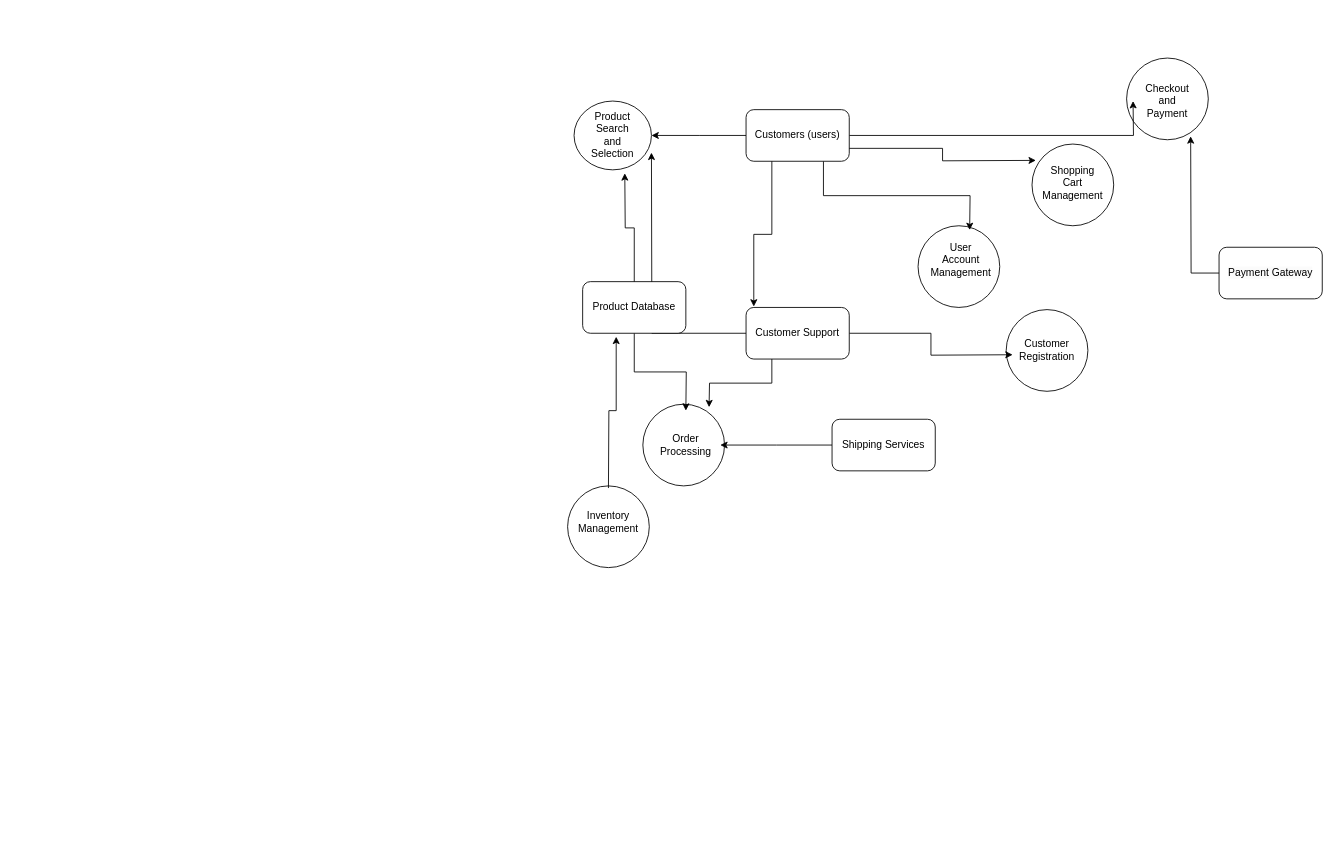
Earlier version of the draw.io diagram Untitled Diagram.drawio (Chukwuebuka-2003/SE-DFD). Source tidied: cells renumbered, new cells numbered last; positions are measured from the earlier drawing's top-left corner, leaving out a move shared by most shapes. Both pictures are drawn from the tidied source at 86%, with x=0, y=0 at pixel (567, 58).
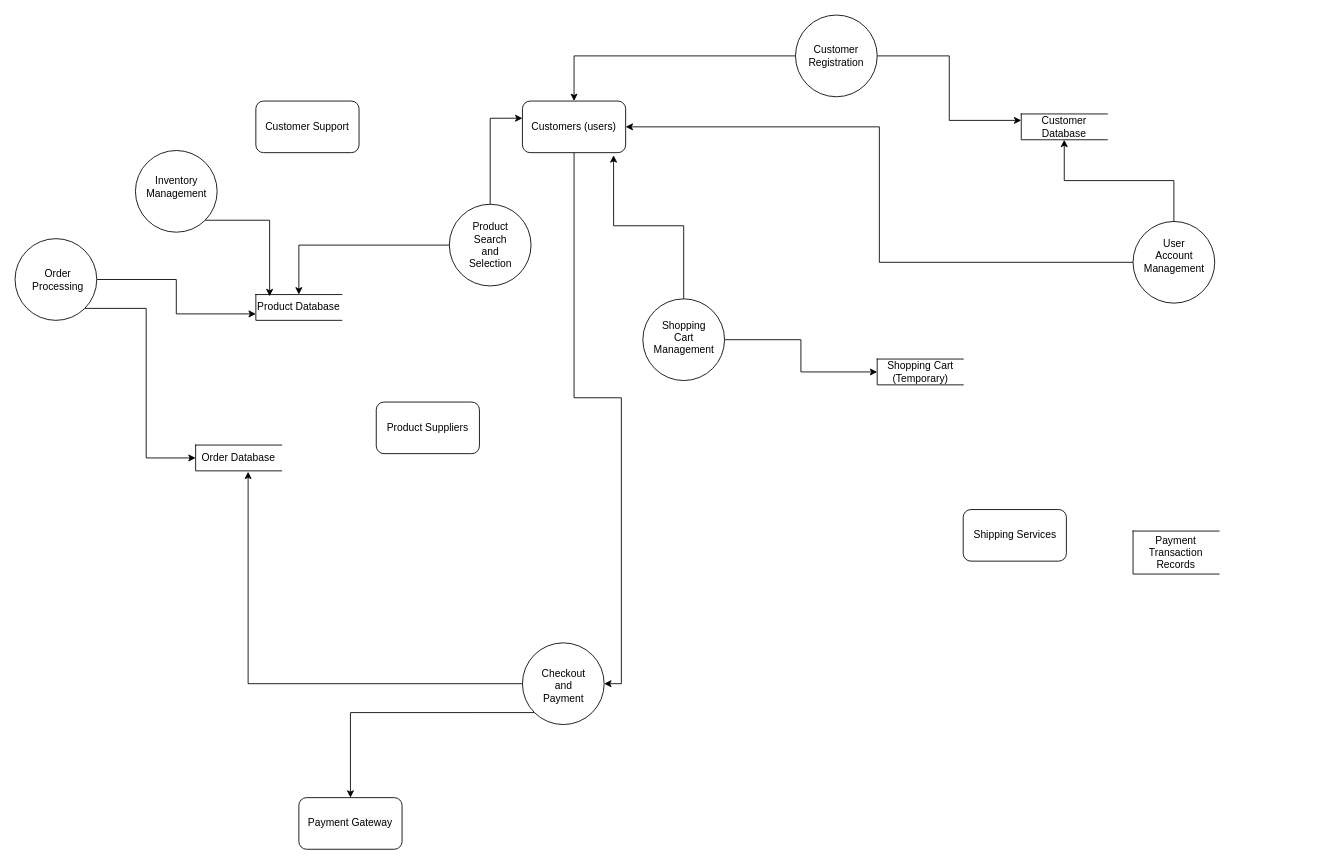
The same diagram, later.

What changed in the source:
```diff
@@
+    <mxCell id="34" style="edgeStyle=orthogonalEdgeStyle;rounded=0;jettySize=auto;html=1;entryX=0.5;entryY=0;entryDx=0;entryDy=0;" parent="1" edge="1" source="35" target="49">
+      <mxGeometry relative="1" as="geometry" />
+    </mxCell>
+    <mxCell id="35" style="shape=ellipse;html=1;dashed=0;whiteSpace=wrap;perimeter=ellipsePerimeter;" parent="1" vertex="1">
+      <mxGeometry x="-137" y="170" width="95" height="95" as="geometry" />
+    </mxCell>
+    <mxCell id="36" style="edgeStyle=orthogonalEdgeStyle;rounded=0;jettySize=auto;html=1;exitX=0;exitY=1;exitDx=0;exitDy=0;" parent="1" edge="1" source="2" target="9">
+      <mxGeometry relative="1" as="geometry" />
+    </mxCell>
     <mxCell id="2" style="shape=ellipse;html=1;dashed=0;whiteSpace=wrap;perimeter=ellipsePerimeter;" parent="1" vertex="1">
-      <mxGeometry x="650.5" width="95" height="95" as="geometry" />
+      <mxGeometry x="-52" y="680" width="95" height="95" as="geometry" />
     </mxCell>
     <mxCell id="3" style="shape=ellipse;html=1;dashed=0;whiteSpace=wrap;perimeter=ellipsePerimeter;" parent="1" vertex="1">
-      <mxGeometry x="0.5" y="497.5" width="95" height="95" as="geometry" />
+      <mxGeometry x="-502" y="107.5" width="95" height="95" as="geometry" />
     </mxCell>
+    <mxCell id="37" style="edgeStyle=orthogonalEdgeStyle;rounded=0;jettySize=auto;html=1;exitX=1;exitY=0.5;exitDx=0;exitDy=0;entryX=0;entryY=0.75;entryDx=0;entryDy=0;" parent="1" edge="1" source="4" target="49">
+      <mxGeometry relative="1" as="geometry" />
+    </mxCell>
+    <mxCell id="38" style="edgeStyle=orthogonalEdgeStyle;rounded=0;jettySize=auto;html=1;exitX=1;exitY=1;exitDx=0;exitDy=0;entryX=0;entryY=0.5;entryDx=0;entryDy=0;" parent="1" edge="1" source="4" target="47">
+      <mxGeometry relative="1" as="geometry" />
+    </mxCell>
     <mxCell id="4" style="shape=ellipse;html=1;dashed=0;whiteSpace=wrap;perimeter=ellipsePerimeter;" parent="1" vertex="1">
-      <mxGeometry x="88" y="402.5" width="95" height="95" as="geometry" />
+      <mxGeometry x="-642" y="210" width="95" height="95" as="geometry" />
     </mxCell>
+    <mxCell id="39" style="edgeStyle=orthogonalEdgeStyle;rounded=0;jettySize=auto;html=1;" parent="1" edge="1" source="5" target="13">
+      <mxGeometry relative="1" as="geometry" />
+    </mxCell>
+    <mxCell id="40" style="edgeStyle=orthogonalEdgeStyle;rounded=0;jettySize=auto;html=1;exitX=1;exitY=0.5;exitDx=0;exitDy=0;entryX=0;entryY=0.25;entryDx=0;entryDy=0;" parent="1" edge="1" source="5" target="45">
+      <mxGeometry relative="1" as="geometry" />
+    </mxCell>
     <mxCell id="5" style="shape=ellipse;html=1;dashed=0;whiteSpace=wrap;perimeter=ellipsePerimeter;" parent="1" vertex="1">
-      <mxGeometry x="510.5" y="292.5" width="95" height="95" as="geometry" />
+      <mxGeometry x="265.5" y="-50" width="95" height="95" as="geometry" />
     </mxCell>
+    <mxCell id="41" style="edgeStyle=orthogonalEdgeStyle;rounded=0;jettySize=auto;html=1;exitX=1;exitY=0.5;exitDx=0;exitDy=0;" parent="1" edge="1" source="6" target="46">
+      <mxGeometry relative="1" as="geometry" />
+    </mxCell>
     <mxCell id="6" style="shape=ellipse;html=1;dashed=0;whiteSpace=wrap;perimeter=ellipsePerimeter;" parent="1" vertex="1">
-      <mxGeometry x="540.5" y="100" width="95" height="95" as="geometry" />
+      <mxGeometry x="88" y="280" width="95" height="95" as="geometry" />
     </mxCell>
+    <mxCell id="42" style="edgeStyle=orthogonalEdgeStyle;rounded=0;jettySize=auto;html=1;exitX=0;exitY=0.5;exitDx=0;exitDy=0;entryX=1;entryY=0.5;entryDx=0;entryDy=0;" parent="1" edge="1" source="7" target="13">
+      <mxGeometry relative="1" as="geometry" />
+    </mxCell>
+    <mxCell id="43" style="edgeStyle=orthogonalEdgeStyle;rounded=0;jettySize=auto;html=1;exitX=0.5;exitY=0;exitDx=0;exitDy=0;entryX=0.5;entryY=1;entryDx=0;entryDy=0;" parent="1" edge="1" source="7" target="45">
+      <mxGeometry relative="1" as="geometry" />
+    </mxCell>
     <mxCell id="7" style="shape=ellipse;html=1;dashed=0;whiteSpace=wrap;perimeter=ellipsePerimeter;" parent="1" vertex="1">
-      <mxGeometry x="408" y="195" width="95" height="95" as="geometry" />
+      <mxGeometry x="658" y="190" width="95" height="95" as="geometry" />
     </mxCell>
-    <mxCell id="8" style="shape=ellipse;html=1;dashed=0;whiteSpace=wrap;perimeter=ellipsePerimeter;" parent="1" vertex="1">
-      <mxGeometry x="8" y="50" width="90" height="80" as="geometry" />
-    </mxCell>
     <mxCell id="9" value="&lt;span style=&quot;color: rgb(0, 0, 0); font-family: Helvetica; font-size: 12px; font-style: normal; font-variant-ligatures: normal; font-variant-caps: normal; font-weight: 400; letter-spacing: normal; orphans: 2; text-align: center; text-indent: 0px; text-transform: none; widows: 2; word-spacing: 0px; -webkit-text-stroke-width: 0px; background-color: rgb(251, 251, 251); text-decoration-thickness: initial; text-decoration-style: initial; text-decoration-color: initial; float: none; display: inline !important;&quot;&gt;Payment Gateway&lt;/span&gt;" style="rounded=1;whiteSpace=wrap;html=1;" parent="1" vertex="1">
-      <mxGeometry x="758" y="220" width="120" height="60" as="geometry" />
+      <mxGeometry x="-312" y="860" width="120" height="60" as="geometry" />
     </mxCell>
-    <mxCell id="10" style="edgeStyle=orthogonalEdgeStyle;rounded=0;jettySize=auto;html=1;entryX=1;entryY=0.5;entryDx=0;entryDy=0;" parent="1" edge="1" source="13">
-      <mxGeometry relative="1" as="geometry">
-        <mxPoint x="98" y="90" as="targetPoint" />
-      </mxGeometry>
-    </mxCell>
-    <mxCell id="11" style="edgeStyle=orthogonalEdgeStyle;rounded=0;jettySize=auto;html=1;entryX=0;entryY=0.5;entryDx=0;entryDy=0;" parent="1" edge="1" source="13">
-      <mxGeometry relative="1" as="geometry">
-        <mxPoint x="658" y="50" as="targetPoint" />
-      </mxGeometry>
-    </mxCell>
-    <mxCell id="12" style="edgeStyle=orthogonalEdgeStyle;rounded=0;jettySize=auto;html=1;exitX=0.75;exitY=1;exitDx=0;exitDy=0;entryX=0.75;entryY=0;entryDx=0;entryDy=0;" parent="1" edge="1" source="13">
-      <mxGeometry relative="1" as="geometry">
-        <mxPoint x="468" y="200" as="targetPoint" />
-      </mxGeometry>
-    </mxCell>
+    <mxCell id="44" style="edgeStyle=orthogonalEdgeStyle;rounded=0;jettySize=auto;html=1;exitX=0.5;exitY=1;exitDx=0;exitDy=0;entryX=1;entryY=0.5;entryDx=0;entryDy=0;" parent="1" edge="1" source="13" target="2">
+      <mxGeometry relative="1" as="geometry" />
+    </mxCell>
     <mxCell id="13" value="Customers (users)" style="rounded=1;whiteSpace=wrap;html=1;" parent="1" vertex="1">
-      <mxGeometry x="208" y="60" width="120" height="60" as="geometry" />
+      <mxGeometry x="-52" y="50" width="120" height="60" as="geometry" />
     </mxCell>
-    <mxCell id="14" style="edgeStyle=orthogonalEdgeStyle;rounded=0;jettySize=auto;html=1;entryX=0;entryY=0.5;entryDx=0;entryDy=0;" parent="1" edge="1" source="16">
-      <mxGeometry relative="1" as="geometry">
-        <mxPoint x="518" y="345" as="targetPoint" />
-      </mxGeometry>
-    </mxCell>
-    <mxCell id="15" style="edgeStyle=orthogonalEdgeStyle;rounded=0;jettySize=auto;html=1;entryX=1;entryY=0.75;entryDx=0;entryDy=0;" parent="1" edge="1" source="16">
-      <mxGeometry relative="1" as="geometry">
-        <mxPoint x="98" y="110" as="targetPoint" />
-      </mxGeometry>
-    </mxCell>
     <mxCell id="16" value="Customer Support" style="rounded=1;whiteSpace=wrap;html=1;" parent="1" vertex="1">
-      <mxGeometry x="208" y="290" width="120" height="60" as="geometry" />
+      <mxGeometry x="-362" y="50" width="120" height="60" as="geometry" />
     </mxCell>
-    <mxCell id="17" style="edgeStyle=orthogonalEdgeStyle;rounded=0;jettySize=auto;html=1;" parent="1" edge="1" source="18">
-      <mxGeometry relative="1" as="geometry">
-        <mxPoint x="138" y="410" as="targetPoint" />
-      </mxGeometry>
-    </mxCell>
-    <mxCell id="18" value="Product Database" style="rounded=1;whiteSpace=wrap;html=1;" parent="1" vertex="1">
-      <mxGeometry x="18" y="260" width="120" height="60" as="geometry" />
+    <mxCell id="18" value="Product Suppliers" style="rounded=1;whiteSpace=wrap;html=1;" parent="1" vertex="1">
+      <mxGeometry x="-222" y="400" width="120" height="60" as="geometry" />
     </mxCell>
-    <mxCell id="19" style="edgeStyle=orthogonalEdgeStyle;rounded=0;jettySize=auto;html=1;entryX=1;entryY=0.5;entryDx=0;entryDy=0;" parent="1" edge="1" source="20">
-      <mxGeometry relative="1" as="geometry">
-        <mxPoint x="178" y="450" as="targetPoint" />
-      </mxGeometry>
-    </mxCell>
     <mxCell id="20" value="Shipping Services" style="rounded=1;whiteSpace=wrap;html=1;" parent="1" vertex="1">
-      <mxGeometry x="308" y="420" width="120" height="60" as="geometry" />
+      <mxGeometry x="460.5" y="525" width="120" height="60" as="geometry" />
     </mxCell>
     <mxCell id="21" value="Customer Registration" style="text;html=1;strokeColor=none;fillColor=none;align=center;verticalAlign=middle;whiteSpace=wrap;rounded=0;" parent="1" vertex="1">
-      <mxGeometry x="528" y="325" width="60" height="30" as="geometry" />
+      <mxGeometry x="283" y="-17.5" width="60" height="30" as="geometry" />
     </mxCell>
     <mxCell id="22" value="Product Search and Selection" style="text;html=1;strokeColor=none;fillColor=none;align=center;verticalAlign=middle;whiteSpace=wrap;rounded=0;" parent="1" vertex="1">
-      <mxGeometry x="23" y="75" width="60" height="30" as="geometry" />
+      <mxGeometry x="-119.5" y="202.5" width="60" height="30" as="geometry" />
     </mxCell>
     <mxCell id="23" value="Shopping Cart Management" style="text;html=1;strokeColor=none;fillColor=none;align=center;verticalAlign=middle;whiteSpace=wrap;rounded=0;" parent="1" vertex="1">
-      <mxGeometry x="558" y="130" width="60" height="30" as="geometry" />
+      <mxGeometry x="105.5" y="310" width="60" height="30" as="geometry" />
     </mxCell>
     <mxCell id="24" value="Checkout and Payment" style="text;html=1;strokeColor=none;fillColor=none;align=center;verticalAlign=middle;whiteSpace=wrap;rounded=0;" parent="1" vertex="1">
-      <mxGeometry x="668" y="35" width="60" height="30" as="geometry" />
+      <mxGeometry x="-34.5" y="715" width="60" height="30" as="geometry" />
     </mxCell>
     <mxCell id="25" value="Order Processing" style="text;html=1;strokeColor=none;fillColor=none;align=center;verticalAlign=middle;whiteSpace=wrap;rounded=0;" parent="1" vertex="1">
-      <mxGeometry x="108" y="435" width="60" height="30" as="geometry" />
+      <mxGeometry x="-622" y="242.5" width="60" height="30" as="geometry" />
     </mxCell>
     <mxCell id="26" value="Inventory Management" style="text;html=1;strokeColor=none;fillColor=none;align=center;verticalAlign=middle;whiteSpace=wrap;rounded=0;" parent="1" vertex="1">
-      <mxGeometry x="18" y="525" width="60" height="30" as="geometry" />
+      <mxGeometry x="-484.5" y="135" width="60" height="30" as="geometry" />
     </mxCell>
     <mxCell id="27" value="User Account Management" style="text;html=1;strokeColor=none;fillColor=none;align=center;verticalAlign=middle;whiteSpace=wrap;rounded=0;" parent="1" vertex="1">
-      <mxGeometry x="428" y="220" width="60" height="30" as="geometry" />
+      <mxGeometry x="675.5" y="215" width="60" height="30" as="geometry" />
     </mxCell>
-    <mxCell id="28" style="edgeStyle=orthogonalEdgeStyle;rounded=0;jettySize=auto;html=1;entryX=0.838;entryY=1.013;entryDx=0;entryDy=0;entryPerimeter=0;" parent="1" edge="1" source="9">
-      <mxGeometry relative="1" as="geometry">
-        <mxPoint x="725" y="91" as="targetPoint" />
-      </mxGeometry>
-    </mxCell>
-    <mxCell id="29" style="edgeStyle=orthogonalEdgeStyle;rounded=0;jettySize=auto;html=1;entryX=0.613;entryY=1.05;entryDx=0;entryDy=0;entryPerimeter=0;" parent="1" edge="1" source="18">
-      <mxGeometry relative="1" as="geometry">
-        <mxPoint x="67" y="134" as="targetPoint" />
-      </mxGeometry>
-    </mxCell>
-    <mxCell id="30" style="edgeStyle=orthogonalEdgeStyle;rounded=0;jettySize=auto;html=1;exitX=0.25;exitY=1;exitDx=0;exitDy=0;entryX=0.075;entryY=-0.017;entryDx=0;entryDy=0;entryPerimeter=0;" parent="1" edge="1" source="13" target="16">
-      <mxGeometry relative="1" as="geometry" />
-    </mxCell>
-    <mxCell id="31" style="edgeStyle=orthogonalEdgeStyle;rounded=0;jettySize=auto;html=1;exitX=0.25;exitY=1;exitDx=0;exitDy=0;entryX=0.838;entryY=-0.05;entryDx=0;entryDy=0;entryPerimeter=0;" parent="1" edge="1" source="16">
-      <mxGeometry relative="1" as="geometry">
-        <mxPoint x="165" y="406" as="targetPoint" />
-      </mxGeometry>
-    </mxCell>
-    <mxCell id="32" style="edgeStyle=orthogonalEdgeStyle;rounded=0;jettySize=auto;html=1;entryX=0.325;entryY=1.067;entryDx=0;entryDy=0;entryPerimeter=0;" parent="1" edge="1" target="18">
-      <mxGeometry relative="1" as="geometry">
-        <mxPoint x="48" y="500" as="sourcePoint" />
-      </mxGeometry>
-    </mxCell>
-    <mxCell id="33" style="edgeStyle=orthogonalEdgeStyle;rounded=0;jettySize=auto;html=1;exitX=1;exitY=0.75;exitDx=0;exitDy=0;entryX=-0.037;entryY=0.113;entryDx=0;entryDy=0;entryPerimeter=0;" parent="1" edge="1" source="13">
-      <mxGeometry relative="1" as="geometry">
-        <mxPoint x="545" y="119" as="targetPoint" />
-      </mxGeometry>
-    </mxCell>
+    <mxCell id="45" value="Customer Database" style="html=1;dashed=0;whiteSpace=wrap;shape=partialRectangle;right=0;" parent="1" vertex="1">
+      <mxGeometry x="528" y="65" width="100" height="30" as="geometry" />
+    </mxCell>
+    <mxCell id="46" value="Shopping Cart (Temporary)" style="html=1;dashed=0;whiteSpace=wrap;shape=partialRectangle;right=0;" parent="1" vertex="1">
+      <mxGeometry x="360.5" y="350" width="100" height="30" as="geometry" />
+    </mxCell>
+    <mxCell id="47" value="Order Database" style="html=1;dashed=0;whiteSpace=wrap;shape=partialRectangle;right=0;" parent="1" vertex="1">
+      <mxGeometry x="-432" y="450" width="100" height="30" as="geometry" />
+    </mxCell>
+    <mxCell id="48" value="Payment Transaction Records" style="html=1;dashed=0;whiteSpace=wrap;shape=partialRectangle;right=0;" parent="1" vertex="1">
+      <mxGeometry x="658" y="550" width="100" height="50" as="geometry" />
+    </mxCell>
+    <mxCell id="49" value="Product Database" style="html=1;dashed=0;whiteSpace=wrap;shape=partialRectangle;right=0;" parent="1" vertex="1">
+      <mxGeometry x="-362" y="275" width="100" height="30" as="geometry" />
+    </mxCell>
+    <mxCell id="50" style="edgeStyle=orthogonalEdgeStyle;rounded=0;jettySize=auto;html=1;entryX=0;entryY=0.333;entryDx=0;entryDy=0;entryPerimeter=0;" parent="1" edge="1" source="35" target="13">
+      <mxGeometry relative="1" as="geometry" />
+    </mxCell>
+    <mxCell id="51" style="edgeStyle=orthogonalEdgeStyle;rounded=0;jettySize=auto;html=1;exitX=0;exitY=0.5;exitDx=0;exitDy=0;entryX=0.61;entryY=1.033;entryDx=0;entryDy=0;entryPerimeter=0;" parent="1" edge="1" source="2" target="47">
+      <mxGeometry relative="1" as="geometry" />
+    </mxCell>
+    <mxCell id="52" style="edgeStyle=orthogonalEdgeStyle;rounded=0;jettySize=auto;html=1;exitX=0.5;exitY=0;exitDx=0;exitDy=0;entryX=0.883;entryY=1.05;entryDx=0;entryDy=0;entryPerimeter=0;" parent="1" edge="1" source="6" target="13">
+      <mxGeometry relative="1" as="geometry" />
+    </mxCell>
+    <mxCell id="53" style="edgeStyle=orthogonalEdgeStyle;rounded=0;jettySize=auto;html=1;exitX=1;exitY=1;exitDx=0;exitDy=0;entryX=0.16;entryY=0.067;entryDx=0;entryDy=0;entryPerimeter=0;" parent="1" edge="1" source="3" target="49">
+      <mxGeometry relative="1" as="geometry" />
+    </mxCell>
```
